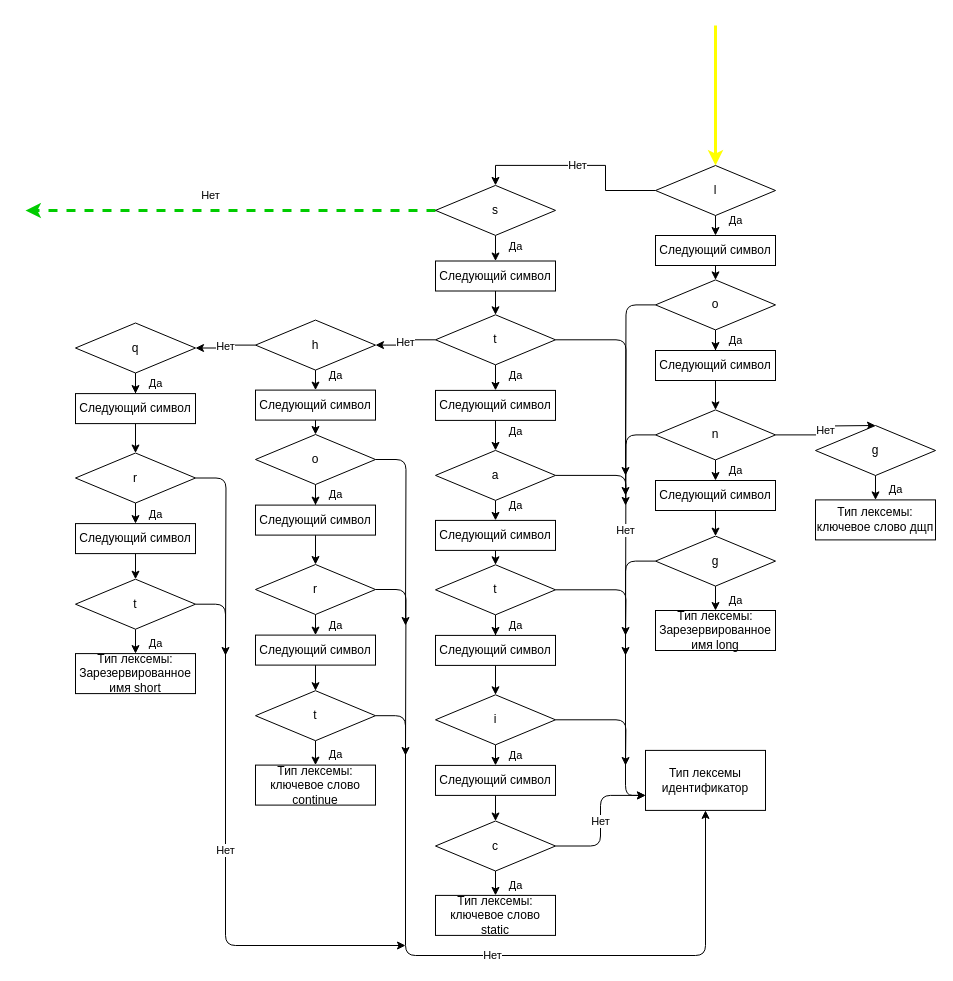
Earlier version of the draw.io diagram finally_automat6.drawio (DieNice/CourseTranslator). Source tidied: cells renumbered, new cells numbered last; positions are measured from the earlier drawing's top-left corner, leaving out a move shared by most shapes. Both pictures are drawn from the tidied source at 100%, with x=0, y=0 at pixel (25, 25).
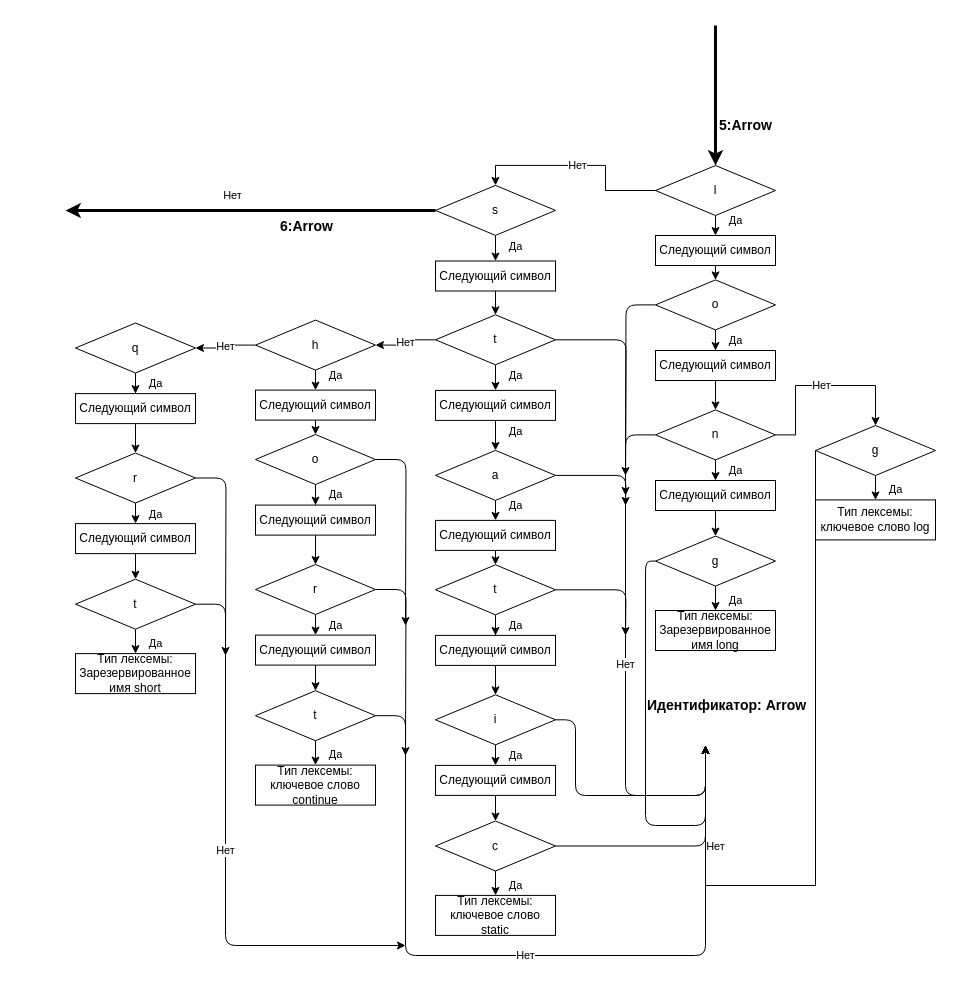
The same diagram, later.

Unchanged cells that the change refers to:
```xml
<mxCell id="4" value="l" style="rhombus;whiteSpace=wrap;html=1;" parent="1" vertex="1">
  <mxGeometry x="630" y="140" width="120" height="50" as="geometry" />
</mxCell>
<mxCell id="11" value="n" style="rhombus;whiteSpace=wrap;html=1;" parent="1" vertex="1">
  <mxGeometry x="630" y="384.4" width="120" height="50" as="geometry" />
</mxCell>
<mxCell id="14" value="g" style="rhombus;whiteSpace=wrap;html=1;" parent="1" vertex="1">
  <mxGeometry x="630" y="510.6" width="120" height="50" as="geometry" />
</mxCell>
<mxCell id="35" value="i" style="rhombus;whiteSpace=wrap;html=1;" parent="1" vertex="1">
  <mxGeometry x="410" y="669.3" width="120" height="50" as="geometry" />
</mxCell>
<mxCell id="38" value="с" style="rhombus;whiteSpace=wrap;html=1;" parent="1" vertex="1">
  <mxGeometry x="410" y="795.5" width="120" height="50" as="geometry" />
</mxCell>
<mxCell id="51" value="s" style="rhombus;whiteSpace=wrap;html=1;" parent="1" vertex="1">
  <mxGeometry x="410" y="159.9" width="120" height="50" as="geometry" />
</mxCell>
<mxCell id="67" value="t" style="rhombus;whiteSpace=wrap;html=1;" parent="1" vertex="1">
  <mxGeometry x="230" y="665.2" width="120" height="50" as="geometry" />
</mxCell>
<mxCell id="91" value="g" style="rhombus;whiteSpace=wrap;html=1;" parent="1" vertex="1">
  <mxGeometry x="790" y="400" width="120" height="50" as="geometry" />
</mxCell>
```

What changed in the source:
```diff
@@
     <mxCell id="9" value="Нет" style="edgeStyle=orthogonalEdgeStyle;rounded=0;jettySize=auto;html=1;exitX=1;exitY=0.5;exitDx=0;exitDy=0;entryX=0.5;entryY=0;entryDx=0;entryDy=0;" parent="1" edge="1" source="11">
       <mxGeometry relative="1" as="geometry">
         <mxPoint x="850" y="400" as="targetPoint" />
+        <Array as="points">
+          <mxPoint x="770" y="409" />
+          <mxPoint x="770" y="360" />
+          <mxPoint x="850" y="360" />
+        </Array>
       </mxGeometry>
     </mxCell>
     <mxCell id="10" value="Нет" style="edgeStyle=orthogonalEdgeStyle;rounded=1;jettySize=auto;html=1;exitX=0;exitY=0.5;exitDx=0;exitDy=0;strokeColor=#000000;strokeWidth=1;" parent="1" edge="1" source="11">
       <mxGeometry relative="1" as="geometry">
-        <mxPoint x="600" y="630" as="targetPoint" />
+        <mxPoint x="680" y="720" as="targetPoint" />
+        <Array as="points">
+          <mxPoint x="600" y="409" />
+          <mxPoint x="600" y="770" />
+          <mxPoint x="680" y="770" />
+        </Array>
       </mxGeometry>
     </mxCell>
@@
-    <mxCell id="13" style="edgeStyle=orthogonalEdgeStyle;rounded=1;jettySize=auto;html=1;exitX=0;exitY=0.5;exitDx=0;exitDy=0;entryX=0;entryY=0.75;entryDx=0;entryDy=0;strokeWidth=1;" parent="1" edge="1" source="14" target="93">
-      <mxGeometry relative="1" as="geometry" />
+    <mxCell id="13" style="edgeStyle=orthogonalEdgeStyle;rounded=1;jettySize=auto;html=1;exitX=0;exitY=0.5;exitDx=0;exitDy=0;strokeWidth=1;" parent="1" edge="1" source="14">
+      <mxGeometry relative="1" as="geometry">
+        <mxPoint x="680" y="720" as="targetPoint" />
+        <Array as="points">
+          <mxPoint x="620" y="536" />
+          <mxPoint x="620" y="800" />
+          <mxPoint x="680" y="800" />
+        </Array>
+      </mxGeometry>
     </mxCell>
@@
     <mxCell id="34" style="edgeStyle=orthogonalEdgeStyle;rounded=1;jettySize=auto;html=1;exitX=1;exitY=0.5;exitDx=0;exitDy=0;strokeColor=#000000;strokeWidth=1;" parent="1" edge="1" source="35">
       <mxGeometry relative="1" as="geometry">
-        <mxPoint x="600" y="740" as="targetPoint" />
+        <mxPoint x="680" y="720" as="targetPoint" />
+        <Array as="points">
+          <mxPoint x="550" y="694" />
+          <mxPoint x="550" y="770" />
+          <mxPoint x="680" y="770" />
+          <mxPoint x="680" y="740" />
+        </Array>
       </mxGeometry>
     </mxCell>
@@
-    <mxCell id="37" value="Нет" style="edgeStyle=orthogonalEdgeStyle;rounded=1;jettySize=auto;html=1;exitX=1;exitY=0.5;exitDx=0;exitDy=0;entryX=0;entryY=0.75;entryDx=0;entryDy=0;strokeColor=#000000;strokeWidth=1;" parent="1" edge="1" source="38" target="93">
-      <mxGeometry relative="1" as="geometry" />
+    <mxCell id="37" value="Нет" style="edgeStyle=orthogonalEdgeStyle;rounded=1;jettySize=auto;html=1;exitX=1;exitY=0.5;exitDx=0;exitDy=0;strokeColor=#000000;strokeWidth=1;" parent="1" edge="1" source="38">
+      <mxGeometry x="0.2" y="10" relative="1" as="geometry">
+        <mxPoint x="680" y="720" as="targetPoint" />
+        <Array as="points">
+          <mxPoint x="680" y="821" />
+          <mxPoint x="680" y="770" />
+        </Array>
+        <mxPoint x="20" as="offset" />
+      </mxGeometry>
     </mxCell>
@@
-    <mxCell id="50" value="Нет" style="edgeStyle=orthogonalEdgeStyle;rounded=0;jettySize=auto;html=1;exitX=0;exitY=0.5;exitDx=0;exitDy=0;fillColor=#cdeb8b;dashed=1;strokeWidth=3;strokeColor=#00CC00;" parent="1" edge="1" source="51">
+    <mxCell id="50" value="Нет" style="edgeStyle=orthogonalEdgeStyle;rounded=0;jettySize=auto;html=1;exitX=0;exitY=0.5;exitDx=0;exitDy=0;fillColor=#cdeb8b;strokeWidth=3;" parent="1" edge="1" source="51">
       <mxGeometry x="0.1" y="-15" relative="1" as="geometry">
-        <mxPoint y="185" as="targetPoint" />
+        <mxPoint x="40" y="185" as="targetPoint" />
       </mxGeometry>
     </mxCell>
+    <mxCell id="94" value="&lt;b&gt;&lt;font style=&quot;font-size: 14px&quot;&gt;6:Arrow&lt;/font&gt;&lt;/b&gt;" style="edgeLabel;html=1;align=center;verticalAlign=middle;" parent="50" vertex="1">
+      <mxGeometry y="50" relative="1" as="geometry">
+        <mxPoint x="54.9" y="-35" as="offset" />
+      </mxGeometry>
+    </mxCell>
@@
-    <mxCell id="66" value="Нет" style="edgeStyle=orthogonalEdgeStyle;rounded=1;jettySize=auto;html=1;exitX=1;exitY=0.5;exitDx=0;exitDy=0;entryX=0.5;entryY=1;entryDx=0;entryDy=0;strokeColor=#000000;strokeWidth=1;" parent="1" edge="1" source="67" target="93">
+    <mxCell id="66" value="Нет" style="edgeStyle=orthogonalEdgeStyle;rounded=1;jettySize=auto;html=1;exitX=1;exitY=0.5;exitDx=0;exitDy=0;strokeColor=#000000;strokeWidth=1;" parent="1" edge="1" source="67">
       <mxGeometry relative="1" as="geometry">
+        <mxPoint x="680" y="720" as="targetPoint" />
         <Array as="points">
           <mxPoint x="380" y="690" />
           <mxPoint x="380" y="930" />
           <mxPoint x="680" y="930" />
         </Array>
       </mxGeometry>
     </mxCell>
@@
-    <mxCell id="90" style="endArrow=classic;html=1;strokeWidth=3;entryX=0.5;entryY=0;entryDx=0;entryDy=0;strokeColor=#FFFF00;" parent="1" edge="1" target="4">
-      <mxGeometry relative="1" as="geometry">
+    <mxCell id="90" value="&lt;font style=&quot;font-size: 14px&quot;&gt;&lt;b&gt;5:Arrow&lt;/b&gt;&lt;/font&gt;" style="endArrow=classic;html=1;strokeWidth=3;entryX=0.5;entryY=0;entryDx=0;entryDy=0;" parent="1" edge="1" target="4">
+      <mxGeometry x="0.43" y="30" relative="1" as="geometry">
         <mxPoint x="690" as="sourcePoint" />
       </mxGeometry>
     </mxCell>
+    <mxCell id="95" style="edgeStyle=orthogonalEdgeStyle;rounded=0;jettySize=auto;html=1;exitX=0;exitY=0.5;exitDx=0;exitDy=0;strokeColor=#000000;" parent="1" edge="1" source="91">
+      <mxGeometry relative="1" as="geometry">
+        <mxPoint x="680" y="720" as="targetPoint" />
+        <Array as="points">
+          <mxPoint x="790" y="860" />
+          <mxPoint x="680" y="860" />
+        </Array>
+      </mxGeometry>
+    </mxCell>
@@
-    <mxCell id="92" value="Тип лексемы:&lt;br&gt;ключевое слово дщп" style="rounded=0;whiteSpace=wrap;html=1;" parent="1" vertex="1">
+    <mxCell id="92" value="Тип лексемы:&lt;br&gt;ключевое слово log" style="rounded=0;whiteSpace=wrap;html=1;" parent="1" vertex="1">
       <mxGeometry x="790" y="474.4" width="120" height="40" as="geometry" />
     </mxCell>
-    <mxCell id="93" value="Тип лексемы идентификатор" style="rounded=0;whiteSpace=wrap;html=1;" parent="1" vertex="1">
-      <mxGeometry x="620" y="724.9" width="120" height="60" as="geometry" />
-    </mxCell>
+    <mxCell id="96" value="&lt;b style=&quot;color: rgb(0, 0, 0); font-family: helvetica; font-size: 14px; font-style: normal; letter-spacing: normal; text-align: center; text-indent: 0px; text-transform: none; word-spacing: 0px; background-color: rgb(255, 255, 255);&quot;&gt;Идентификатор: Arrow&lt;/b&gt;" style="text;whiteSpace=wrap;html=1;" parent="1" vertex="1">
+      <mxGeometry x="620" y="665.2" width="180" height="30" as="geometry" />
+    </mxCell>
```
